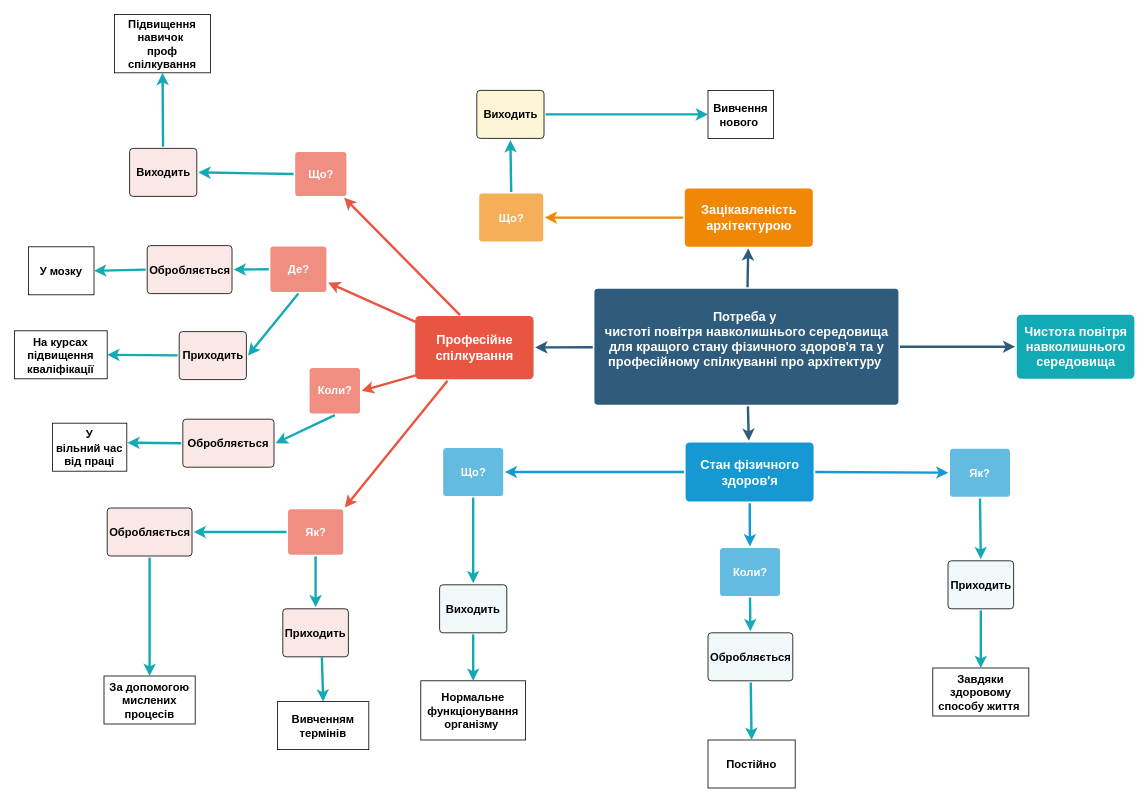
Above: 1-SoftwareRequirements/1.1-DeterminingConsumerNeeds/1.1.2-MaterialNeedsDetails/Диаграмма без названия.drawio in oleksandrblazhko/ai203-vitushkin (draw.io), before the change. Source tidied: cells renumbered, new cells numbered last; positions are measured from the earlier drawing's top-left corner, leaving out a move shared by most shapes. Both pictures are drawn from the tidied source at 80%, with x=0, y=0 at pixel (14, 14).
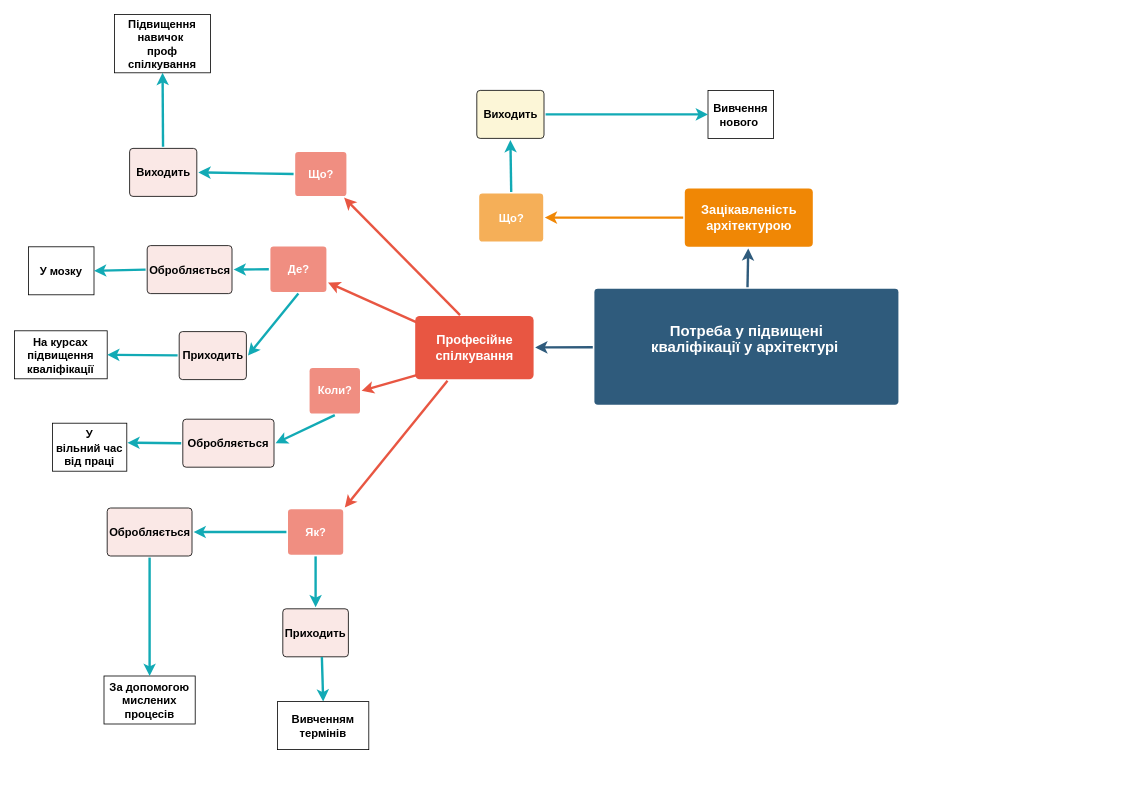
The same page after the edit.

What changed in the source:
```diff
@@
-    <mxCell id="3" style="edgeStyle=none;rounded=0;jumpStyle=none;html=1;shadow=0;labelBackgroundColor=none;startArrow=none;startFill=0;endArrow=classic;endFill=1;jettySize=auto;strokeColor=#2F5B7C;strokeWidth=3;fontFamily=Helvetica;fontSize=16;fontColor=#23445D;spacing=5;fontStyle=1;" parent="1" edge="1" source="6" target="10">
-      <mxGeometry relative="1" as="geometry" />
-    </mxCell>
-    <mxCell id="4" style="edgeStyle=none;rounded=0;jumpStyle=none;html=1;shadow=0;labelBackgroundColor=none;startArrow=none;startFill=0;endArrow=classic;endFill=1;jettySize=auto;strokeColor=#2F5B7C;strokeWidth=3;fontFamily=Helvetica;fontSize=16;fontColor=#23445D;spacing=5;fontStyle=1;" parent="1" edge="1" source="6" target="8">
-      <mxGeometry relative="1" as="geometry" />
-    </mxCell>
@@
-    <mxCell id="6" value="&lt;div&gt;&lt;br&gt;&lt;/div&gt;&lt;div&gt;Потреба у&amp;nbsp;&lt;/div&gt;&lt;span style=&quot;font-size: 12pt;&quot; data-sheets-userformat=&quot;{&amp;quot;2&amp;quot;:13289,&amp;quot;3&amp;quot;:{&amp;quot;1&amp;quot;:0},&amp;quot;6&amp;quot;:{&amp;quot;1&amp;quot;:[{&amp;quot;1&amp;quot;:2,&amp;quot;2&amp;quot;:0,&amp;quot;5&amp;quot;:{&amp;quot;1&amp;quot;:2,&amp;quot;2&amp;quot;:0}},{&amp;quot;1&amp;quot;:0,&amp;quot;2&amp;quot;:0,&amp;quot;3&amp;quot;:3},{&amp;quot;1&amp;quot;:1,&amp;quot;2&amp;quot;:0,&amp;quot;4&amp;quot;:1}]},&amp;quot;8&amp;quot;:{&amp;quot;1&amp;quot;:[{&amp;quot;1&amp;quot;:2,&amp;quot;2&amp;quot;:0,&amp;quot;5&amp;quot;:{&amp;quot;1&amp;quot;:2,&amp;quot;2&amp;quot;:0}},{&amp;quot;1&amp;quot;:0,&amp;quot;2&amp;quot;:0,&amp;quot;3&amp;quot;:3},{&amp;quot;1&amp;quot;:1,&amp;quot;2&amp;quot;:0,&amp;quot;4&amp;quot;:1}]},&amp;quot;9&amp;quot;:1,&amp;quot;10&amp;quot;:0,&amp;quot;11&amp;quot;:4,&amp;quot;12&amp;quot;:0,&amp;quot;15&amp;quot;:&amp;quot;\&amp;quot;Times New Roman\&amp;quot;, serif&amp;quot;,&amp;quot;16&amp;quot;:12}&quot;&gt;чистоті повітря навколишнього середовища для кращого стану&amp;nbsp;&lt;/span&gt;&lt;span style=&quot;font-size: 12pt;&quot; data-sheets-userformat=&quot;{&amp;quot;2&amp;quot;:13289,&amp;quot;3&amp;quot;:{&amp;quot;1&amp;quot;:0},&amp;quot;6&amp;quot;:{&amp;quot;1&amp;quot;:[{&amp;quot;1&amp;quot;:2,&amp;quot;2&amp;quot;:0,&amp;quot;5&amp;quot;:{&amp;quot;1&amp;quot;:2,&amp;quot;2&amp;quot;:0}},{&amp;quot;1&amp;quot;:0,&amp;quot;2&amp;quot;:0,&amp;quot;3&amp;quot;:3},{&amp;quot;1&amp;quot;:1,&amp;quot;2&amp;quot;:0,&amp;quot;4&amp;quot;:1}]},&amp;quot;8&amp;quot;:{&amp;quot;1&amp;quot;:[{&amp;quot;1&amp;quot;:2,&amp;quot;2&amp;quot;:0,&amp;quot;5&amp;quot;:{&amp;quot;1&amp;quot;:2,&amp;quot;2&amp;quot;:0}},{&amp;quot;1&amp;quot;:0,&amp;quot;2&amp;quot;:0,&amp;quot;3&amp;quot;:3},{&amp;quot;1&amp;quot;:1,&amp;quot;2&amp;quot;:0,&amp;quot;4&amp;quot;:1}]},&amp;quot;9&amp;quot;:1,&amp;quot;10&amp;quot;:0,&amp;quot;11&amp;quot;:4,&amp;quot;12&amp;quot;:0,&amp;quot;15&amp;quot;:&amp;quot;\&amp;quot;Times New Roman\&amp;quot;, serif&amp;quot;,&amp;quot;16&amp;quot;:12}&quot;&gt;фізичного здоров'я&amp;nbsp;&lt;span style=&quot;font-size: 12pt;&quot; data-sheets-userformat=&quot;{&amp;quot;2&amp;quot;:13289,&amp;quot;3&amp;quot;:{&amp;quot;1&amp;quot;:0},&amp;quot;6&amp;quot;:{&amp;quot;1&amp;quot;:[{&amp;quot;1&amp;quot;:2,&amp;quot;2&amp;quot;:0,&amp;quot;5&amp;quot;:{&amp;quot;1&amp;quot;:2,&amp;quot;2&amp;quot;:0}},{&amp;quot;1&amp;quot;:0,&amp;quot;2&amp;quot;:0,&amp;quot;3&amp;quot;:3},{&amp;quot;1&amp;quot;:1,&amp;quot;2&amp;quot;:0,&amp;quot;4&amp;quot;:1}]},&amp;quot;8&amp;quot;:{&amp;quot;1&amp;quot;:[{&amp;quot;1&amp;quot;:2,&amp;quot;2&amp;quot;:0,&amp;quot;5&amp;quot;:{&amp;quot;1&amp;quot;:2,&amp;quot;2&amp;quot;:0}},{&amp;quot;1&amp;quot;:0,&amp;quot;2&amp;quot;:0,&amp;quot;3&amp;quot;:3},{&amp;quot;1&amp;quot;:1,&amp;quot;2&amp;quot;:0,&amp;quot;4&amp;quot;:1}]},&amp;quot;9&amp;quot;:1,&amp;quot;10&amp;quot;:0,&amp;quot;11&amp;quot;:4,&amp;quot;12&amp;quot;:0,&amp;quot;15&amp;quot;:&amp;quot;\&amp;quot;Times New Roman\&amp;quot;, serif&amp;quot;,&amp;quot;16&amp;quot;:12}&quot;&gt;та у професійному спілкуванні про&amp;nbsp;&lt;span style=&quot;font-size: 12pt;&quot; data-sheets-userformat=&quot;{&amp;quot;2&amp;quot;:13033,&amp;quot;3&amp;quot;:{&amp;quot;1&amp;quot;:0},&amp;quot;6&amp;quot;:{&amp;quot;1&amp;quot;:[{&amp;quot;1&amp;quot;:2,&amp;quot;2&amp;quot;:0,&amp;quot;5&amp;quot;:{&amp;quot;1&amp;quot;:2,&amp;quot;2&amp;quot;:0}},{&amp;quot;1&amp;quot;:0,&amp;quot;2&amp;quot;:0,&amp;quot;3&amp;quot;:3},{&amp;quot;1&amp;quot;:1,&amp;quot;2&amp;quot;:0,&amp;quot;4&amp;quot;:1}]},&amp;quot;8&amp;quot;:{&amp;quot;1&amp;quot;:[{&amp;quot;1&amp;quot;:2,&amp;quot;2&amp;quot;:0,&amp;quot;5&amp;quot;:{&amp;quot;1&amp;quot;:2,&amp;quot;2&amp;quot;:0}},{&amp;quot;1&amp;quot;:0,&amp;quot;2&amp;quot;:0,&amp;quot;3&amp;quot;:3},{&amp;quot;1&amp;quot;:1,&amp;quot;2&amp;quot;:0,&amp;quot;4&amp;quot;:1}]},&amp;quot;9&amp;quot;:1,&amp;quot;10&amp;quot;:0,&amp;quot;12&amp;quot;:0,&amp;quot;15&amp;quot;:&amp;quot;\&amp;quot;Times New Roman\&amp;quot;, serif&amp;quot;,&amp;quot;16&amp;quot;:12}&quot;&gt;архітектуру&amp;nbsp;&lt;/span&gt;&lt;br&gt;&lt;/span&gt;&lt;br&gt;&lt;br&gt;&lt;/span&gt;" style="rounded=1;whiteSpace=wrap;html=1;shadow=0;labelBackgroundColor=none;strokeColor=none;strokeWidth=3;fillColor=#2F5B7C;fontFamily=Helvetica;fontSize=16;fontColor=#FFFFFF;align=center;fontStyle=1;spacing=5;arcSize=3;perimeterSpacing=2;" parent="1" vertex="1">
+    <mxCell id="6" value="&lt;div&gt;&lt;br&gt;&lt;/div&gt;&lt;div&gt;&lt;/div&gt;&lt;span style=&quot;font-size: 12pt;&quot; data-sheets-userformat=&quot;{&amp;quot;2&amp;quot;:13289,&amp;quot;3&amp;quot;:{&amp;quot;1&amp;quot;:0},&amp;quot;6&amp;quot;:{&amp;quot;1&amp;quot;:[{&amp;quot;1&amp;quot;:2,&amp;quot;2&amp;quot;:0,&amp;quot;5&amp;quot;:{&amp;quot;1&amp;quot;:2,&amp;quot;2&amp;quot;:0}},{&amp;quot;1&amp;quot;:0,&amp;quot;2&amp;quot;:0,&amp;quot;3&amp;quot;:3},{&amp;quot;1&amp;quot;:1,&amp;quot;2&amp;quot;:0,&amp;quot;4&amp;quot;:1}]},&amp;quot;8&amp;quot;:{&amp;quot;1&amp;quot;:[{&amp;quot;1&amp;quot;:2,&amp;quot;2&amp;quot;:0,&amp;quot;5&amp;quot;:{&amp;quot;1&amp;quot;:2,&amp;quot;2&amp;quot;:0}},{&amp;quot;1&amp;quot;:0,&amp;quot;2&amp;quot;:0,&amp;quot;3&amp;quot;:3},{&amp;quot;1&amp;quot;:1,&amp;quot;2&amp;quot;:0,&amp;quot;4&amp;quot;:1}]},&amp;quot;9&amp;quot;:1,&amp;quot;10&amp;quot;:0,&amp;quot;11&amp;quot;:4,&amp;quot;12&amp;quot;:0,&amp;quot;15&amp;quot;:&amp;quot;\&amp;quot;Times New Roman\&amp;quot;, serif&amp;quot;,&amp;quot;16&amp;quot;:12}&quot;&gt;&lt;span style=&quot;font-size: 12pt;&quot; data-sheets-userformat=&quot;{&amp;quot;2&amp;quot;:13289,&amp;quot;3&amp;quot;:{&amp;quot;1&amp;quot;:0},&amp;quot;6&amp;quot;:{&amp;quot;1&amp;quot;:[{&amp;quot;1&amp;quot;:2,&amp;quot;2&amp;quot;:0,&amp;quot;5&amp;quot;:{&amp;quot;1&amp;quot;:2,&amp;quot;2&amp;quot;:0}},{&amp;quot;1&amp;quot;:0,&amp;quot;2&amp;quot;:0,&amp;quot;3&amp;quot;:3},{&amp;quot;1&amp;quot;:1,&amp;quot;2&amp;quot;:0,&amp;quot;4&amp;quot;:1}]},&amp;quot;8&amp;quot;:{&amp;quot;1&amp;quot;:[{&amp;quot;1&amp;quot;:2,&amp;quot;2&amp;quot;:0,&amp;quot;5&amp;quot;:{&amp;quot;1&amp;quot;:2,&amp;quot;2&amp;quot;:0}},{&amp;quot;1&amp;quot;:0,&amp;quot;2&amp;quot;:0,&amp;quot;3&amp;quot;:3},{&amp;quot;1&amp;quot;:1,&amp;quot;2&amp;quot;:0,&amp;quot;4&amp;quot;:1}]},&amp;quot;9&amp;quot;:1,&amp;quot;10&amp;quot;:0,&amp;quot;11&amp;quot;:4,&amp;quot;12&amp;quot;:0,&amp;quot;15&amp;quot;:&amp;quot;\&amp;quot;Times New Roman\&amp;quot;, serif&amp;quot;,&amp;quot;16&amp;quot;:12}&quot;&gt;&lt;span style=&quot;font-size: 12pt;&quot; data-sheets-userformat=&quot;{&amp;quot;2&amp;quot;:13033,&amp;quot;3&amp;quot;:{&amp;quot;1&amp;quot;:0},&amp;quot;6&amp;quot;:{&amp;quot;1&amp;quot;:[{&amp;quot;1&amp;quot;:2,&amp;quot;2&amp;quot;:0,&amp;quot;5&amp;quot;:{&amp;quot;1&amp;quot;:2,&amp;quot;2&amp;quot;:0}},{&amp;quot;1&amp;quot;:0,&amp;quot;2&amp;quot;:0,&amp;quot;3&amp;quot;:3},{&amp;quot;1&amp;quot;:1,&amp;quot;2&amp;quot;:0,&amp;quot;4&amp;quot;:1}]},&amp;quot;8&amp;quot;:{&amp;quot;1&amp;quot;:[{&amp;quot;1&amp;quot;:2,&amp;quot;2&amp;quot;:0,&amp;quot;5&amp;quot;:{&amp;quot;1&amp;quot;:2,&amp;quot;2&amp;quot;:0}},{&amp;quot;1&amp;quot;:0,&amp;quot;2&amp;quot;:0,&amp;quot;3&amp;quot;:3},{&amp;quot;1&amp;quot;:1,&amp;quot;2&amp;quot;:0,&amp;quot;4&amp;quot;:1}]},&amp;quot;9&amp;quot;:1,&amp;quot;10&amp;quot;:0,&amp;quot;12&amp;quot;:0,&amp;quot;15&amp;quot;:&amp;quot;\&amp;quot;Times New Roman\&amp;quot;, serif&amp;quot;,&amp;quot;16&amp;quot;:12}&quot;&gt;&lt;span style=&quot;font-size: 12pt; background-color: initial;&quot;&gt;&lt;span style=&quot;font-size: 14pt; line-height: 107%;&quot; lang=&quot;UK&quot;&gt;Потреба у підвищені&lt;br/&gt;кваліфікації у архітектурі&lt;/span&gt;&lt;/span&gt;&amp;nbsp;&lt;/span&gt;&lt;br&gt;&lt;/span&gt;&lt;br&gt;&lt;br&gt;&lt;/span&gt;" style="rounded=1;whiteSpace=wrap;html=1;shadow=0;labelBackgroundColor=none;strokeColor=none;strokeWidth=3;fillColor=#2F5B7C;fontFamily=Helvetica;fontSize=16;fontColor=#FFFFFF;align=center;fontStyle=1;spacing=5;arcSize=3;perimeterSpacing=2;" parent="1" vertex="1">
       <mxGeometry x="725.5" y="342.5" width="380" height="145" as="geometry" />
     </mxCell>
@@
-    <mxCell id="8" value="&lt;span style=&quot;font-size: 12pt;&quot; data-sheets-userformat=&quot;{&amp;quot;2&amp;quot;:13289,&amp;quot;3&amp;quot;:{&amp;quot;1&amp;quot;:0},&amp;quot;6&amp;quot;:{&amp;quot;1&amp;quot;:[{&amp;quot;1&amp;quot;:2,&amp;quot;2&amp;quot;:0,&amp;quot;5&amp;quot;:{&amp;quot;1&amp;quot;:2,&amp;quot;2&amp;quot;:0}},{&amp;quot;1&amp;quot;:0,&amp;quot;2&amp;quot;:0,&amp;quot;3&amp;quot;:3},{&amp;quot;1&amp;quot;:1,&amp;quot;2&amp;quot;:0,&amp;quot;4&amp;quot;:1}]},&amp;quot;8&amp;quot;:{&amp;quot;1&amp;quot;:[{&amp;quot;1&amp;quot;:2,&amp;quot;2&amp;quot;:0,&amp;quot;5&amp;quot;:{&amp;quot;1&amp;quot;:2,&amp;quot;2&amp;quot;:0}},{&amp;quot;1&amp;quot;:0,&amp;quot;2&amp;quot;:0,&amp;quot;3&amp;quot;:3},{&amp;quot;1&amp;quot;:1,&amp;quot;2&amp;quot;:0,&amp;quot;4&amp;quot;:1}]},&amp;quot;9&amp;quot;:1,&amp;quot;10&amp;quot;:0,&amp;quot;11&amp;quot;:4,&amp;quot;12&amp;quot;:0,&amp;quot;15&amp;quot;:&amp;quot;\&amp;quot;Times New Roman\&amp;quot;, serif&amp;quot;,&amp;quot;16&amp;quot;:12}&quot;&gt;Стан фізичного здоров'я&lt;/span&gt;" style="rounded=1;whiteSpace=wrap;html=1;shadow=0;labelBackgroundColor=none;strokeColor=none;strokeWidth=3;fillColor=#1699d3;fontFamily=Helvetica;fontSize=14;fontColor=#FFFFFF;align=center;spacing=5;fontStyle=1;arcSize=7;perimeterSpacing=2;" parent="1" vertex="1">
-      <mxGeometry x="839.5" y="534.5" width="160" height="74" as="geometry" />
-    </mxCell>
@@
-    <mxCell id="10" value="&lt;span style=&quot;font-size: 12pt;&quot; data-sheets-userformat=&quot;{&amp;quot;2&amp;quot;:13289,&amp;quot;3&amp;quot;:{&amp;quot;1&amp;quot;:0},&amp;quot;6&amp;quot;:{&amp;quot;1&amp;quot;:[{&amp;quot;1&amp;quot;:2,&amp;quot;2&amp;quot;:0,&amp;quot;5&amp;quot;:{&amp;quot;1&amp;quot;:2,&amp;quot;2&amp;quot;:0}},{&amp;quot;1&amp;quot;:0,&amp;quot;2&amp;quot;:0,&amp;quot;3&amp;quot;:3},{&amp;quot;1&amp;quot;:1,&amp;quot;2&amp;quot;:0,&amp;quot;4&amp;quot;:1}]},&amp;quot;8&amp;quot;:{&amp;quot;1&amp;quot;:[{&amp;quot;1&amp;quot;:2,&amp;quot;2&amp;quot;:0,&amp;quot;5&amp;quot;:{&amp;quot;1&amp;quot;:2,&amp;quot;2&amp;quot;:0}},{&amp;quot;1&amp;quot;:0,&amp;quot;2&amp;quot;:0,&amp;quot;3&amp;quot;:3},{&amp;quot;1&amp;quot;:1,&amp;quot;2&amp;quot;:0,&amp;quot;4&amp;quot;:1}]},&amp;quot;9&amp;quot;:1,&amp;quot;10&amp;quot;:0,&amp;quot;11&amp;quot;:4,&amp;quot;12&amp;quot;:0,&amp;quot;15&amp;quot;:&amp;quot;\&amp;quot;Times New Roman\&amp;quot;, serif&amp;quot;,&amp;quot;16&amp;quot;:12}&quot;&gt;Чистота повітря навколишнього середовища&lt;/span&gt;" style="rounded=1;whiteSpace=wrap;html=1;shadow=0;labelBackgroundColor=none;strokeColor=none;strokeWidth=3;fillColor=#12aab5;fontFamily=Helvetica;fontSize=14;fontColor=#FFFFFF;align=center;spacing=5;fontStyle=1;arcSize=7;perimeterSpacing=2;" parent="1" vertex="1">
-      <mxGeometry x="1253.5" y="375" width="147" height="80" as="geometry" />
-    </mxCell>
@@
-    <mxCell id="13" style="edgeStyle=none;rounded=0;jumpStyle=none;html=1;shadow=0;labelBackgroundColor=none;startArrow=none;startFill=0;endArrow=classic;endFill=1;jettySize=auto;strokeColor=#1699D3;strokeWidth=3;fontFamily=Helvetica;fontSize=14;fontColor=#FFFFFF;spacing=5;exitX=0;exitY=0.5;exitDx=0;exitDy=0;fontStyle=1;" parent="1" edge="1" source="8" target="14">
-      <mxGeometry relative="1" as="geometry" />
-    </mxCell>
-    <mxCell id="14" value="Що?" style="rounded=1;whiteSpace=wrap;html=1;shadow=0;labelBackgroundColor=none;strokeColor=none;strokeWidth=3;fillColor=#64bbe2;fontFamily=Helvetica;fontSize=14;fontColor=#FFFFFF;align=center;spacing=5;arcSize=7;perimeterSpacing=2;fontStyle=1;" parent="1" vertex="1">
-      <mxGeometry x="536.5" y="541.5" width="75" height="60" as="geometry" />
-    </mxCell>
-    <mxCell id="15" style="edgeStyle=none;rounded=0;jumpStyle=none;html=1;shadow=0;labelBackgroundColor=none;startArrow=none;startFill=0;endArrow=classic;endFill=1;jettySize=auto;strokeColor=#1699D3;strokeWidth=3;fontFamily=Helvetica;fontSize=14;fontColor=#FFFFFF;spacing=5;fontStyle=1;" parent="1" edge="1" source="8" target="16">
-      <mxGeometry relative="1" as="geometry" />
-    </mxCell>
-    <mxCell id="16" value="Коли?" style="rounded=1;whiteSpace=wrap;html=1;shadow=0;labelBackgroundColor=none;strokeColor=none;strokeWidth=3;fillColor=#64bbe2;fontFamily=Helvetica;fontSize=14;fontColor=#FFFFFF;align=center;spacing=5;arcSize=7;perimeterSpacing=2;fontStyle=1;" parent="1" vertex="1">
-      <mxGeometry x="882.5" y="666.5" width="75" height="60" as="geometry" />
-    </mxCell>
-    <mxCell id="17" style="edgeStyle=none;rounded=0;jumpStyle=none;html=1;shadow=0;labelBackgroundColor=none;startArrow=none;startFill=0;endArrow=classic;endFill=1;jettySize=auto;strokeColor=#1699D3;strokeWidth=3;fontFamily=Helvetica;fontSize=14;fontColor=#FFFFFF;spacing=5;exitX=1;exitY=0.5;exitDx=0;exitDy=0;fontStyle=1;" parent="1" edge="1" source="8" target="18">
-      <mxGeometry relative="1" as="geometry" />
-    </mxCell>
-    <mxCell id="18" value="Як?" style="rounded=1;whiteSpace=wrap;html=1;shadow=0;labelBackgroundColor=none;strokeColor=none;strokeWidth=3;fillColor=#64bbe2;fontFamily=Helvetica;fontSize=14;fontColor=#FFFFFF;align=center;spacing=5;arcSize=7;perimeterSpacing=2;fontStyle=1;" parent="1" vertex="1">
-      <mxGeometry x="1170" y="542.5" width="75" height="60" as="geometry" />
-    </mxCell>
@@
-    <mxCell id="39" value="Виходить" style="rounded=1;whiteSpace=wrap;html=1;shadow=0;fillColor=#f2f9fa;fontFamily=Helvetica;fontSize=14;fontColor=#000000;align=center;spacing=5;fontStyle=1;arcSize=7;perimeterSpacing=2;" parent="1" vertex="1">
-      <mxGeometry x="532" y="712.5" width="84" height="60" as="geometry" />
-    </mxCell>
-    <mxCell id="40" style="edgeStyle=none;rounded=1;jumpStyle=none;html=1;shadow=0;labelBackgroundColor=none;startArrow=none;startFill=0;jettySize=auto;strokeColor=#12AAB5;strokeWidth=3;fontFamily=Helvetica;fontSize=14;fontColor=#FFFFFF;spacing=5;fontStyle=1;fillColor=#b0e3e6;exitX=0.5;exitY=1;exitDx=0;exitDy=0;" parent="1" edge="1" source="14" target="39">
-      <mxGeometry relative="1" as="geometry" />
-    </mxCell>
-    <mxCell id="41" value="Нормальне &#10;функціонування &#10;організму " style="fontFamily=Helvetica;fontSize=14;fontStyle=1;" parent="1" vertex="1">
-      <mxGeometry x="508.5" y="832.5" width="131" height="74" as="geometry" />
-    </mxCell>
-    <mxCell id="42" style="edgeStyle=none;rounded=1;jumpStyle=none;html=1;shadow=0;labelBackgroundColor=none;startArrow=none;startFill=0;jettySize=auto;strokeColor=#12AAB5;strokeWidth=3;fontFamily=Helvetica;fontSize=14;fontColor=#FFFFFF;spacing=5;fontStyle=1;fillColor=#b0e3e6;entryX=0.5;entryY=0;entryDx=0;entryDy=0;exitX=0.5;exitY=1;exitDx=0;exitDy=0;" parent="1" edge="1" source="39" target="41">
-      <mxGeometry relative="1" as="geometry" />
-    </mxCell>
@@
-    <mxCell id="46" value="Приходить" style="rounded=1;whiteSpace=wrap;html=1;shadow=0;fillColor=#f2f9fa;fontFamily=Helvetica;fontSize=14;fontColor=#000000;align=center;spacing=5;fontStyle=1;arcSize=7;perimeterSpacing=2;" parent="1" vertex="1">
-      <mxGeometry x="1167.5" y="682.5" width="82" height="60" as="geometry" />
-    </mxCell>
-    <mxCell id="47" style="edgeStyle=none;rounded=1;jumpStyle=none;html=1;shadow=0;labelBackgroundColor=none;startArrow=none;startFill=0;jettySize=auto;strokeColor=#12AAB5;strokeWidth=3;fontFamily=Helvetica;fontSize=14;fontColor=#FFFFFF;spacing=5;fontStyle=1;fillColor=#b0e3e6;exitX=0.5;exitY=1;exitDx=0;exitDy=0;entryX=0.5;entryY=0;entryDx=0;entryDy=0;" parent="1" edge="1" source="18" target="46">
-      <mxGeometry relative="1" as="geometry" />
-    </mxCell>
-    <mxCell id="48" value="Завдяки &#10;здоровому &#10;способу життя " style="fontFamily=Helvetica;fontSize=14;fontStyle=1;" parent="1" vertex="1">
-      <mxGeometry x="1148.5" y="816.5" width="120" height="60" as="geometry" />
-    </mxCell>
-    <mxCell id="49" style="edgeStyle=none;rounded=1;jumpStyle=none;html=1;shadow=0;labelBackgroundColor=none;startArrow=none;startFill=0;jettySize=auto;strokeColor=#12AAB5;strokeWidth=3;fontFamily=Helvetica;fontSize=14;fontColor=#FFFFFF;spacing=5;fontStyle=1;fillColor=#b0e3e6;entryX=0.5;entryY=0;entryDx=0;entryDy=0;" parent="1" edge="1" source="46" target="48">
-      <mxGeometry relative="1" as="geometry" />
-    </mxCell>
-    <mxCell id="50" style="edgeStyle=none;rounded=1;jumpStyle=none;html=1;shadow=0;labelBackgroundColor=none;startArrow=none;startFill=0;jettySize=auto;strokeColor=#12AAB5;strokeWidth=3;fontFamily=Helvetica;fontSize=14;fontColor=#FFFFFF;spacing=5;fontStyle=1;fillColor=#b0e3e6;exitX=0.5;exitY=1;exitDx=0;exitDy=0;entryX=0.5;entryY=0;entryDx=0;entryDy=0;" parent="1" edge="1" source="16" target="52">
-      <mxGeometry relative="1" as="geometry" />
-    </mxCell>
-    <mxCell id="51" value="Постійно" style="fontFamily=Helvetica;fontSize=14;fontStyle=1;" parent="1" vertex="1">
-      <mxGeometry x="867.5" y="906.5" width="109" height="60" as="geometry" />
-    </mxCell>
-    <mxCell id="52" value="Обробляється" style="rounded=1;whiteSpace=wrap;html=1;shadow=0;fillColor=#f2f9fa;fontFamily=Helvetica;fontSize=14;fontColor=#000000;align=center;spacing=5;fontStyle=1;arcSize=7;perimeterSpacing=2;" parent="1" vertex="1">
-      <mxGeometry x="867.5" y="772.5" width="106" height="60" as="geometry" />
-    </mxCell>
-    <mxCell id="53" style="edgeStyle=none;rounded=1;jumpStyle=none;html=1;shadow=0;labelBackgroundColor=none;startArrow=none;startFill=0;jettySize=auto;strokeColor=#12AAB5;strokeWidth=3;fontFamily=Helvetica;fontSize=14;fontColor=#FFFFFF;spacing=5;fontStyle=1;fillColor=#b0e3e6;entryX=0.5;entryY=0;entryDx=0;entryDy=0;" parent="1" edge="1" source="52" target="51">
-      <mxGeometry relative="1" as="geometry" />
-    </mxCell>
```
